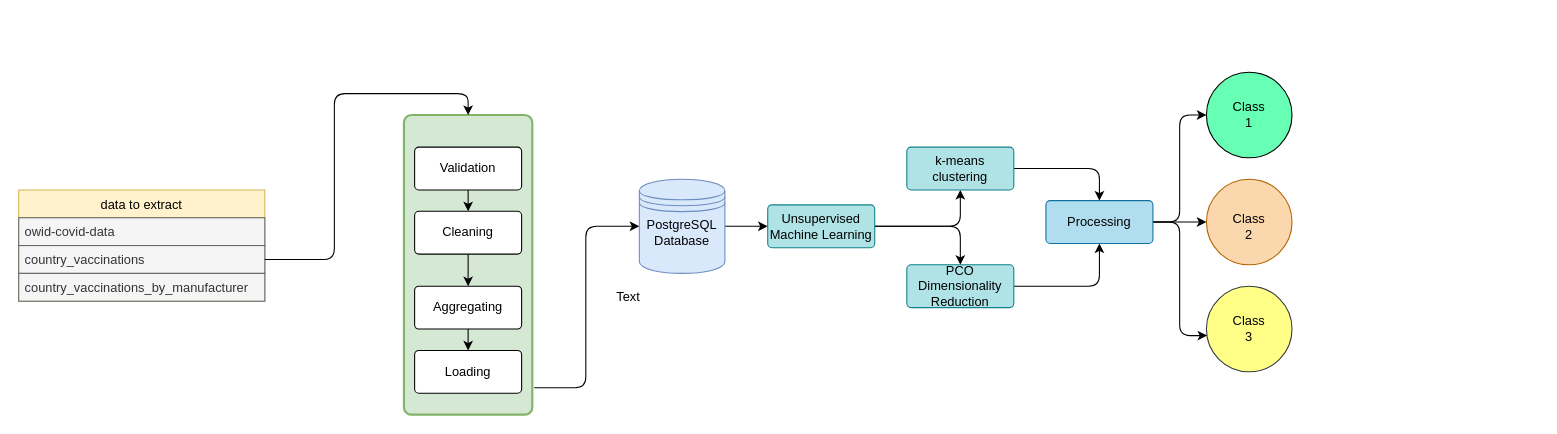
Earlier version of the draw.io diagram Unsupervised Project Flowchart.drawio (bazibuhejm/covid-19_data-set-Group-IV). Source tidied: cells renumbered, new cells numbered last; positions are measured from the earlier drawing's top-left corner, leaving out a move shared by most shapes. Both pictures are drawn from the tidied source at 107%, with x=0, y=0 at pixel (18, 72).
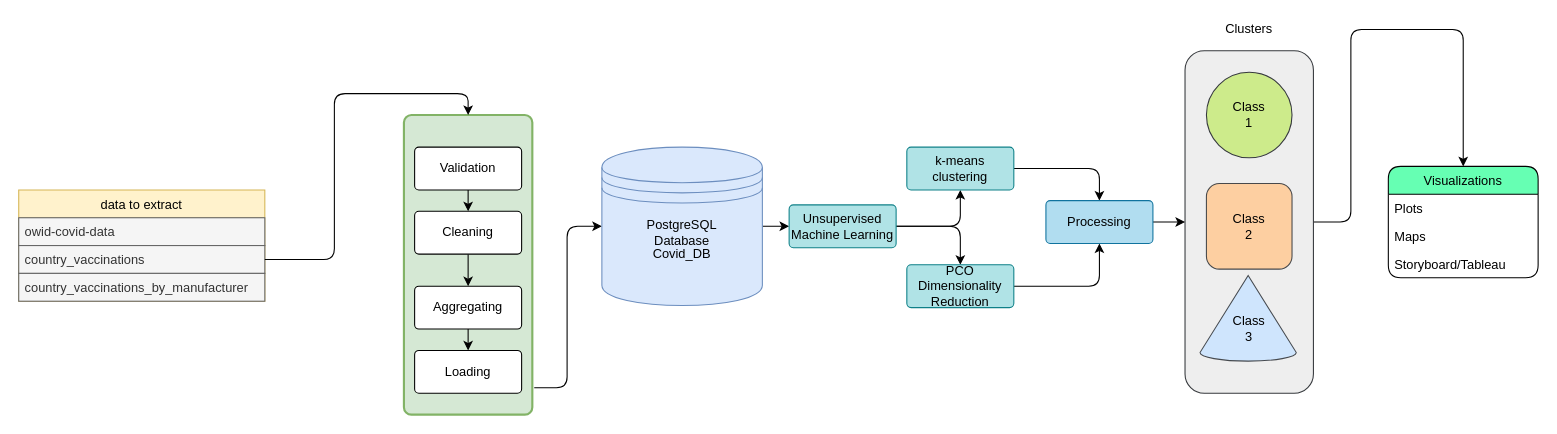
Above is the later version.

Unchanged cells that the change refers to:
```xml
<mxCell id="32" value="Processing" style="rounded=1;arcSize=10;whiteSpace=wrap;html=1;align=center;sketch=0;fillColor=#b1ddf0;strokeColor=#10739e;" parent="1" vertex="1">
  <mxGeometry x="960" y="120" width="100" height="40" as="geometry" />
</mxCell>
```

Diff of the diagram source:
```diff
@@
+    <mxCell id="37" style="edgeStyle=orthogonalEdgeStyle;rounded=1;sketch=0;jettySize=auto;html=1;entryX=0.5;entryY=0;entryDx=0;entryDy=0;" parent="1" edge="1" source="38" target="40">
+      <mxGeometry relative="1" as="geometry" />
+    </mxCell>
+    <mxCell id="38" style="rounded=1;whiteSpace=wrap;html=1;sketch=0;fillColor=#eeeeee;strokeColor=#36393d;" parent="1" vertex="1">
+      <mxGeometry x="1090" y="-20" width="120" height="320" as="geometry" />
+    </mxCell>
@@
     <mxCell id="9" style="shape=datastore;whiteSpace=wrap;html=1;rounded=0;sketch=0;fillColor=#dae8fc;strokeColor=#6c8ebf;" parent="1" vertex="1">
-      <mxGeometry x="580" y="100" width="80" height="88" as="geometry" />
+      <mxGeometry x="545" y="70" width="150" height="148" as="geometry" />
     </mxCell>
@@
     <mxCell id="21" value="Unsupervised Machine Learning" style="rounded=1;arcSize=10;whiteSpace=wrap;html=1;align=center;sketch=0;fillColor=#b0e3e6;strokeColor=#0e8088;" parent="1" vertex="1">
-      <mxGeometry x="700" y="124" width="100" height="40" as="geometry" />
+      <mxGeometry x="720" y="124" width="100" height="40" as="geometry" />
     </mxCell>
@@
-    <mxCell id="26" style="ellipse;whiteSpace=wrap;html=1;rounded=0;sketch=0;fillColor=#66FFB3;" parent="1" vertex="1">
+    <mxCell id="26" style="ellipse;whiteSpace=wrap;html=1;rounded=0;sketch=0;fillColor=#cdeb8b;strokeColor=#36393d;" parent="1" vertex="1">
       <mxGeometry x="1110" width="80" height="80" as="geometry" />
     </mxCell>
-    <mxCell id="27" style="ellipse;whiteSpace=wrap;html=1;rounded=0;sketch=0;fillColor=#fad7ac;strokeColor=#b46504;" parent="1" vertex="1">
-      <mxGeometry x="1110" y="100" width="80" height="80" as="geometry" />
-    </mxCell>
-    <mxCell id="28" style="ellipse;whiteSpace=wrap;html=1;rounded=0;sketch=0;fillColor=#ffff88;strokeColor=#36393d;" parent="1" vertex="1">
-      <mxGeometry x="1110" y="200" width="80" height="80" as="geometry" />
-    </mxCell>
-    <mxCell id="29" style="edgeStyle=orthogonalEdgeStyle;curved=0;rounded=1;sketch=0;jettySize=auto;html=1;" parent="1" edge="1" source="32" target="27">
-      <mxGeometry relative="1" as="geometry">
-        <Array as="points">
-          <mxPoint x="1120" y="140" />
-        </Array>
-      </mxGeometry>
-    </mxCell>
-    <mxCell id="30" style="edgeStyle=orthogonalEdgeStyle;curved=0;rounded=1;sketch=0;jettySize=auto;html=1;entryX=0;entryY=0.5;entryDx=0;entryDy=0;" parent="1" edge="1" source="32" target="26">
-      <mxGeometry relative="1" as="geometry" />
-    </mxCell>
-    <mxCell id="31" style="edgeStyle=orthogonalEdgeStyle;curved=0;rounded=1;sketch=0;jettySize=auto;html=1;entryX=0.009;entryY=0.577;entryDx=0;entryDy=0;entryPerimeter=0;" parent="1" edge="1" source="32" target="28">
-      <mxGeometry relative="1" as="geometry" />
-    </mxCell>
+    <mxCell id="39" style="edgeStyle=orthogonalEdgeStyle;rounded=1;sketch=0;jettySize=auto;html=1;entryX=0;entryY=0.5;entryDx=0;entryDy=0;" parent="1" edge="1" source="32" target="38">
+      <mxGeometry relative="1" as="geometry" />
+    </mxCell>
@@
-    <mxCell id="33" value="Text" style="text;html=1;strokeColor=none;fillColor=none;align=center;verticalAlign=middle;whiteSpace=wrap;rounded=0;sketch=0;" parent="1" vertex="1">
-      <mxGeometry x="550" y="200" width="40" height="20" as="geometry" />
+    <mxCell id="33" value="Covid_DB" style="text;html=1;strokeColor=none;fillColor=none;align=center;verticalAlign=middle;whiteSpace=wrap;rounded=0;sketch=0;" parent="1" vertex="1">
+      <mxGeometry x="600" y="160" width="40" height="20" as="geometry" />
     </mxCell>
@@
+    <mxCell id="40" value="Visualizations" style="swimlane;fontStyle=0;horizontal=1;startSize=26;rounded=1;sketch=0;fillColor=#66FFB3;" parent="1" vertex="1">
+      <mxGeometry x="1280" y="88" width="140" height="104" as="geometry" />
+    </mxCell>
+    <mxCell id="41" value="Plots" style="text;strokeColor=none;fillColor=none;align=left;verticalAlign=top;spacingLeft=4;spacingRight=4;overflow=hidden;" parent="40" vertex="1">
+      <mxGeometry y="26" width="140" height="26" as="geometry" />
+    </mxCell>
+    <mxCell id="42" value="Maps" style="text;strokeColor=none;fillColor=none;align=left;verticalAlign=top;spacingLeft=4;spacingRight=4;overflow=hidden;" parent="40" vertex="1">
+      <mxGeometry y="52" width="140" height="26" as="geometry" />
+    </mxCell>
+    <mxCell id="43" value="Storyboard/Tableau" style="text;strokeColor=none;fillColor=none;align=left;verticalAlign=top;spacingLeft=4;spacingRight=4;overflow=hidden;" parent="40" vertex="1">
+      <mxGeometry y="78" width="140" height="26" as="geometry" />
+    </mxCell>
+    <mxCell id="44" value="Clusters" style="text;html=1;strokeColor=none;fillColor=none;align=center;verticalAlign=middle;whiteSpace=wrap;rounded=0;sketch=0;" parent="1" vertex="1">
+      <mxGeometry x="1130" y="-50" width="40" height="20" as="geometry" />
+    </mxCell>
+    <mxCell id="45" style="whiteSpace=wrap;html=1;rounded=1;sketch=0;fillColor=#ffcc99;strokeColor=#36393d;opacity=90;" parent="1" vertex="1">
+      <mxGeometry x="1110" y="104" width="80" height="80" as="geometry" />
+    </mxCell>
@@
+    <mxCell id="46" style="verticalLabelPosition=bottom;verticalAlign=top;html=1;shape=mxgraph.basic.cone2;dx=0.5;dy=0.9;rounded=1;sketch=0;fillColor=#cce5ff;opacity=90;strokeColor=#36393d;" parent="1" vertex="1">
+      <mxGeometry x="1104" y="190" width="90" height="80" as="geometry" />
+    </mxCell>
```
